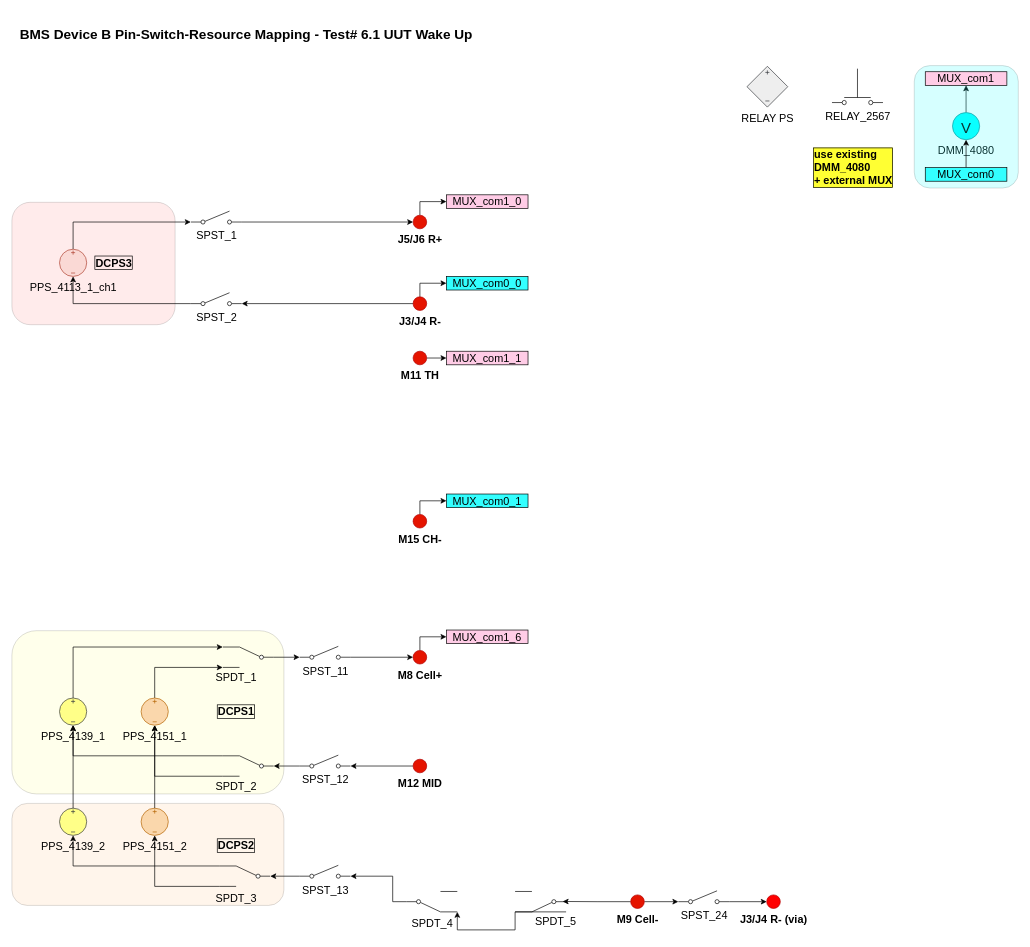
Above: BMS_device_B_6p1.drawio in ktlim-xy/draw-io (draw.io), before the change. Source tidied: cells renumbered, new cells numbered last; positions are measured from the earlier drawing's top-left corner, leaving out a move shared by most shapes. Both pictures are drawn from the tidied source at 68%, with x=0, y=0 at pixel (12, 12).
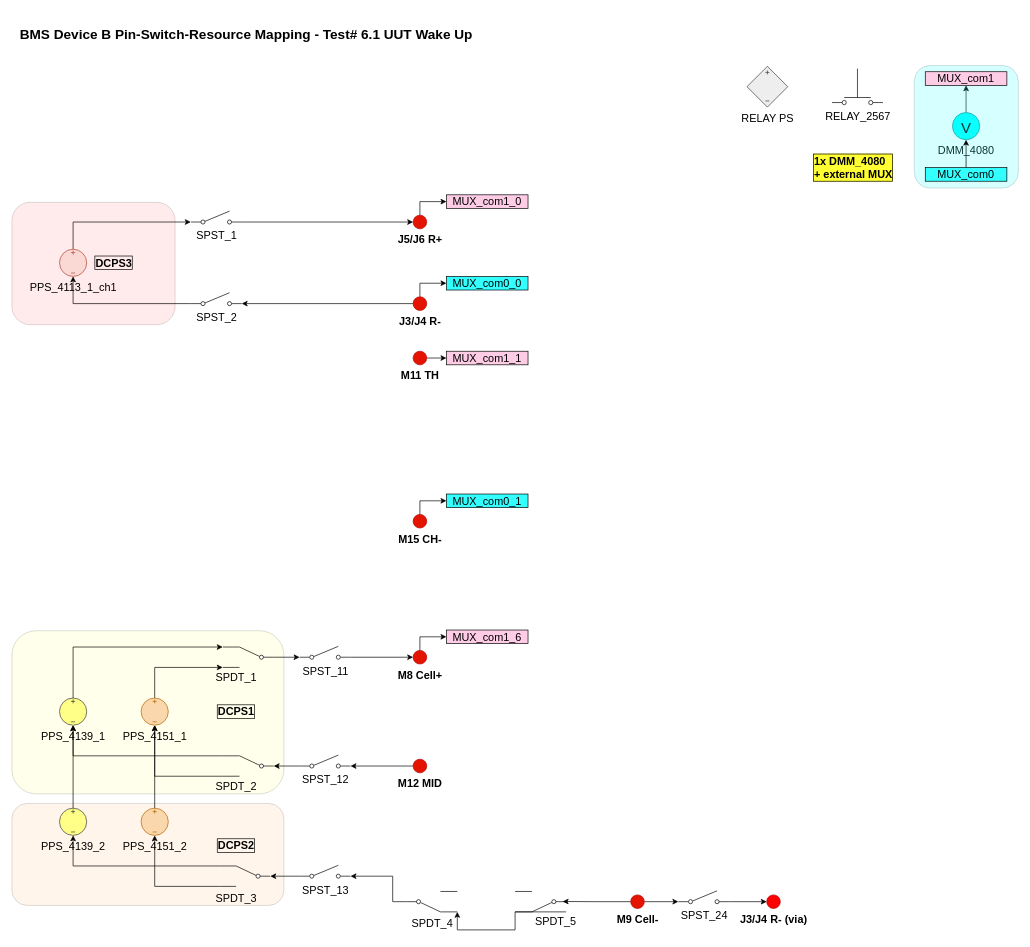
The same page after the edit.

The edit, as a diff of the source:
```diff
@@
-    <mxCell id="65" value="use existing&lt;br&gt;DMM_4080&amp;nbsp;&lt;div&gt;+ external MUX&lt;/div&gt;" style="text;html=1;whiteSpace=wrap;strokeColor=none;fillColor=none;align=left;verticalAlign=middle;rounded=0;fontStyle=1;fontColor=#000000;fontSize=16;labelBorderColor=default;labelBackgroundColor=#FFFF33;" parent="1" vertex="1">
+    <mxCell id="65" value="1x DMM_4080&amp;nbsp;&lt;div&gt;+ external MUX&lt;/div&gt;" style="text;html=1;whiteSpace=wrap;strokeColor=none;fillColor=none;align=left;verticalAlign=middle;rounded=0;fontStyle=1;fontColor=#000000;fontSize=16;labelBorderColor=default;labelBackgroundColor=#FFFF33;" parent="1" vertex="1">
       <mxGeometry x="1177" y="200" width="160" height="58" as="geometry" />
     </mxCell>
```
